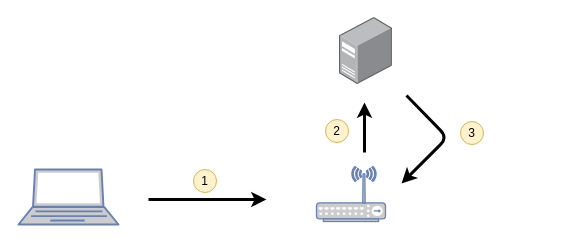
twomeetings1/test123 keeps this draw.io diagram as Untitled Diagram.drawio. Above is the earlier version. Source tidied: cells renumbered, new cells numbered last; positions are measured from the earlier drawing's top-left corner, leaving out a move shared by most shapes. Both pictures are drawn from the tidied source at 100%, with x=0, y=0 at pixel (18, 17).
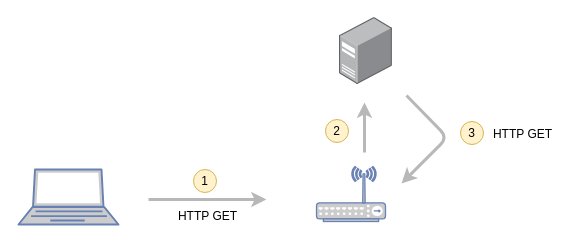
The same diagram, later.

Diff of the diagram source:
```diff
@@
 <mxGraphModel>
   <root>
     <mxCell id="0" />
     <mxCell id="1" parent="0" />
     <mxCell id="2" style="fontColor=#0066CC;verticalAlign=top;verticalLabelPosition=bottom;labelPosition=center;align=center;html=1;fillColor=#CCCCCC;strokeColor=#6881B3;gradientColor=none;gradientDirection=north;strokeWidth=2;shape=mxgraph.networks.laptop;" parent="1" vertex="1">
       <mxGeometry y="152" width="100" height="55" as="geometry" />
     </mxCell>
     <mxCell id="3" style="fontColor=#0066CC;verticalAlign=top;verticalLabelPosition=bottom;labelPosition=center;align=center;html=1;fillColor=#CCCCCC;strokeColor=#6881B3;gradientColor=none;gradientDirection=north;strokeWidth=2;shape=mxgraph.networks.wireless_hub;" parent="1" vertex="1">
       <mxGeometry x="298" y="149" width="69" height="55" as="geometry" />
     </mxCell>
     <mxCell id="4" style="html=1;align=center;shadow=0;dashed=0;image;image=img/lib/allied_telesis/computer_and_terminals/Server_Desktop.svg;" parent="1" vertex="1">
       <mxGeometry x="321" width="52.9" height="67" as="geometry" />
     </mxCell>
-    <mxCell id="5" style="endArrow=classic;html=1;strokeWidth=3;" parent="1" edge="1">
+    <mxCell id="5" style="endArrow=classic;html=1;strokeWidth=3;fillColor=#f5f5f5;strokeColor=#B8B8B8;" parent="1" edge="1">
       <mxGeometry relative="1" as="geometry">
         <mxPoint x="388" y="78" as="sourcePoint" />
         <mxPoint x="383" y="166" as="targetPoint" />
         <Array as="points">
           <mxPoint x="429" y="120" />
         </Array>
       </mxGeometry>
     </mxCell>
-    <mxCell id="6" style="endArrow=classic;html=1;strokeWidth=3;" parent="1" edge="1">
+    <mxCell id="6" style="endArrow=classic;html=1;strokeWidth=3;fillColor=#f5f5f5;strokeColor=#B8B8B8;" parent="1" edge="1">
       <mxGeometry relative="1" as="geometry">
         <mxPoint x="130" y="182" as="sourcePoint" />
         <mxPoint x="248" y="182" as="targetPoint" />
       </mxGeometry>
     </mxCell>
-    <mxCell id="7" style="endArrow=classic;html=1;strokeWidth=3;" parent="1" edge="1">
+    <mxCell id="7" style="endArrow=classic;html=1;strokeWidth=3;fillColor=#f5f5f5;strokeColor=#B8B8B8;" parent="1" edge="1">
       <mxGeometry relative="1" as="geometry">
         <mxPoint x="346" y="135" as="sourcePoint" />
         <mxPoint x="346" y="85" as="targetPoint" />
       </mxGeometry>
     </mxCell>
     <mxCell id="8" value="1" style="ellipse;whiteSpace=wrap;html=1;fillColor=#fff2cc;strokeColor=#d6b656;" parent="1" vertex="1">
       <mxGeometry x="175" y="152" width="23" height="23" as="geometry" />
     </mxCell>
     <mxCell id="9" value="2" style="ellipse;whiteSpace=wrap;html=1;fillColor=#fff2cc;strokeColor=#d6b656;" parent="1" vertex="1">
       <mxGeometry x="307" y="102" width="23" height="23" as="geometry" />
     </mxCell>
     <mxCell id="10" value="3" style="ellipse;whiteSpace=wrap;html=1;fillColor=#fff2cc;strokeColor=#d6b656;" parent="1" vertex="1">
       <mxGeometry x="442" y="104" width="23" height="23" as="geometry" />
     </mxCell>
+    <mxCell id="11" value="HTTP GET" style="text;html=1;strokeColor=none;fillColor=none;align=center;verticalAlign=middle;whiteSpace=wrap;rounded=0;" parent="1" vertex="1">
+      <mxGeometry x="155" y="189" width="69" height="20" as="geometry" />
+    </mxCell>
+    <mxCell id="12" value="HTTP GET" style="text;html=1;strokeColor=none;fillColor=none;align=center;verticalAlign=middle;whiteSpace=wrap;rounded=0;" parent="1" vertex="1">
+      <mxGeometry x="470" y="107" width="69" height="20" as="geometry" />
+    </mxCell>
   </root>
 </mxGraphModel>
```
